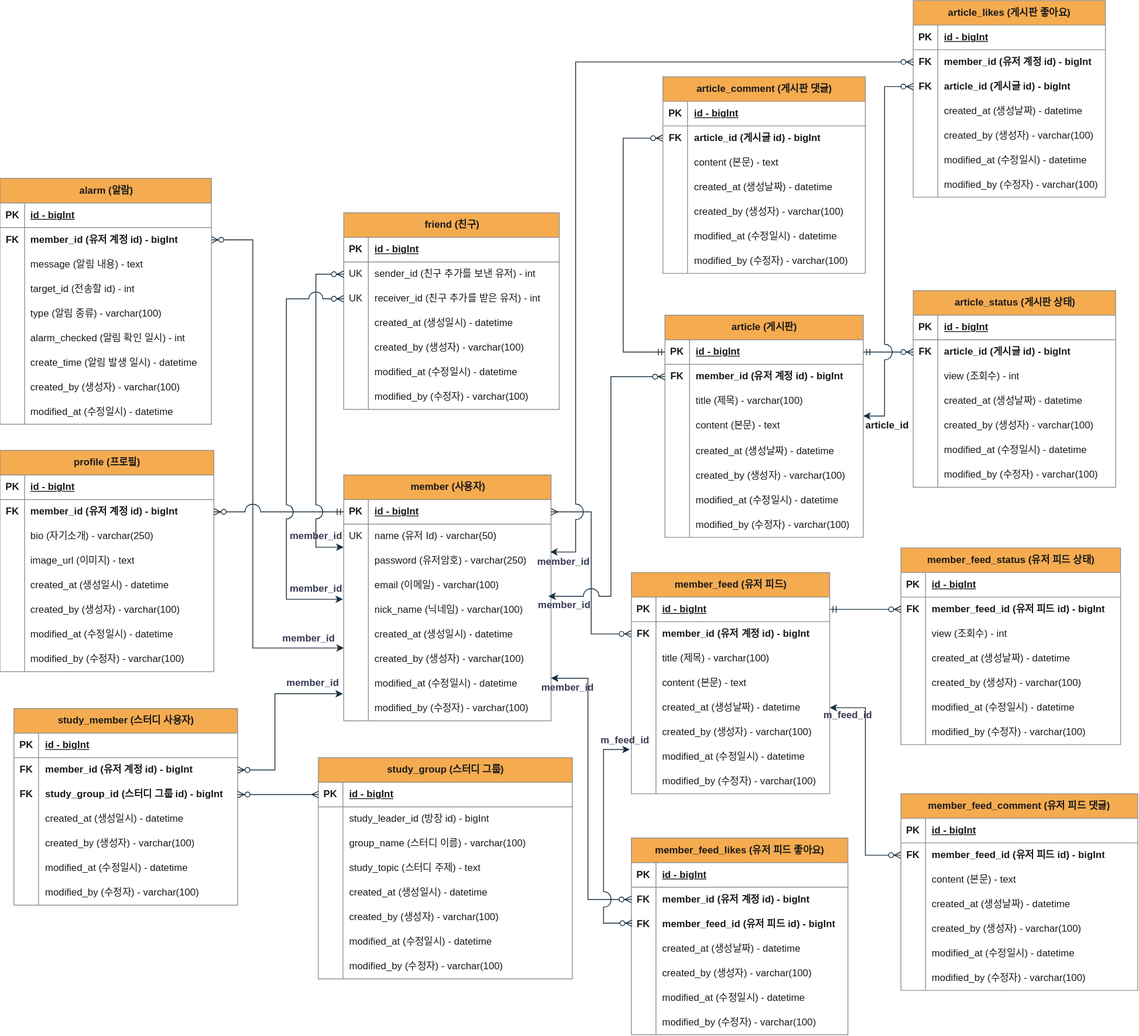
This is project-erd.svg from mingseok/frontend-backend-database-practice, a draw.io export, as it was before one commit. Source tidied: cells renumbered, new cells last; positions are measured from the earlier drawing's top-left corner, leaving out a move shared by most shapes.
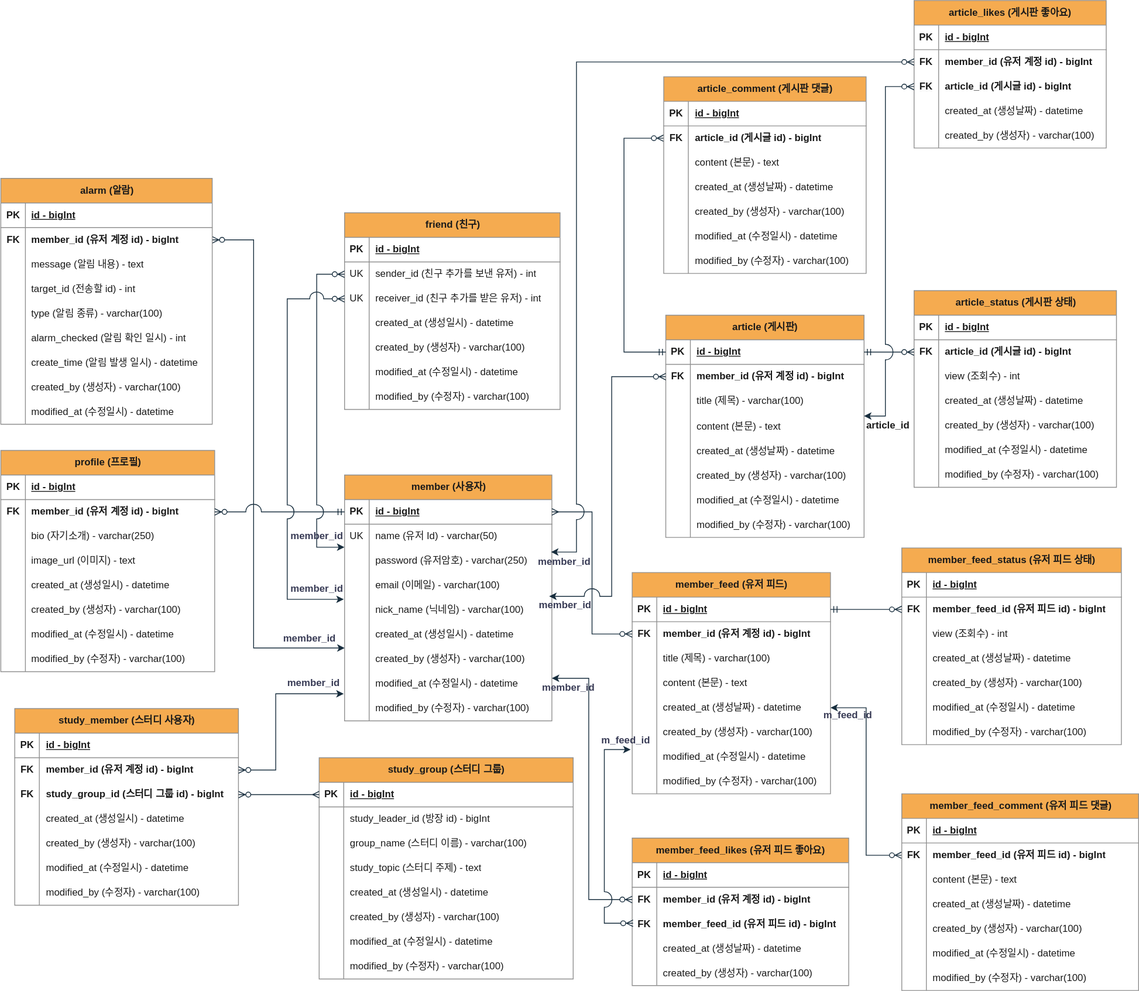
After the commit.

Commit message:
ERD 12.11 최신 업데이트

Change to the diagram source:
```diff
@@ -955,7 +955,7 @@
       <mxGeometry x="345" y="705" width="82" height="26" as="geometry" />
     </mxCell>
     <mxCell id="308" value="article_likes&amp;nbsp;(게시판 좋아요)" style="shape=table;startSize=30;rowLines=0;fontStyle=1;align=center;html=1;labelBackgroundColor=none;rounded=0;fillColor=#F5AB50;strokeColor=#909090;fontColor=#1A1A1A;" parent="1" vertex="1">
-      <mxGeometry x="1115" width="234.5" height="240" as="geometry" />
+      <mxGeometry x="1115" width="234.5" height="180" as="geometry" />
     </mxCell>
     <mxCell id="309" style="shape=tableRow;horizontal=0;startSize=0;swimlaneHead=0;swimlaneBody=0;fillColor=none;top=0;left=0;right=0;bottom=1;labelBackgroundColor=none;rounded=0;strokeColor=#909090;fontColor=#1A1A1A;" parent="308" vertex="1">
       <mxGeometry y="30" width="234.5" height="30" as="geometry" />
@@ -1002,24 +1002,6 @@
     <mxCell id="323" value="created_by (생성자) - varchar(100)" style="shape=partialRectangle;fillColor=none;top=0;left=0;bottom=0;right=0;align=left;spacingLeft=6;overflow=hidden;whiteSpace=wrap;html=1;labelBackgroundColor=none;rounded=0;strokeColor=#909090;fontColor=#1A1A1A;" parent="321" vertex="1">
       <mxGeometry x="30" width="204.5" height="30" as="geometry" />
     </mxCell>
-    <mxCell id="324" style="shape=tableRow;horizontal=0;startSize=0;swimlaneHead=0;swimlaneBody=0;fillColor=none;top=0;left=0;right=0;bottom=0;labelBackgroundColor=none;rounded=0;strokeColor=#909090;fontColor=#1A1A1A;" parent="308" vertex="1">
-      <mxGeometry y="180" width="234.5" height="30" as="geometry" />
-    </mxCell>
-    <mxCell id="325" style="shape=partialRectangle;fillColor=none;top=0;left=0;bottom=0;right=0;overflow=hidden;whiteSpace=wrap;html=1;labelBackgroundColor=none;rounded=0;strokeColor=#909090;fontColor=#1A1A1A;" parent="324" vertex="1">
-      <mxGeometry width="30" height="30" as="geometry" />
-    </mxCell>
-    <mxCell id="326" value="modified_at (수정일시) - datetime" style="shape=partialRectangle;fillColor=none;top=0;left=0;bottom=0;right=0;align=left;spacingLeft=6;overflow=hidden;whiteSpace=wrap;html=1;labelBackgroundColor=none;rounded=0;strokeColor=#909090;fontColor=#1A1A1A;" parent="324" vertex="1">
-      <mxGeometry x="30" width="204.5" height="30" as="geometry" />
-    </mxCell>
-    <mxCell id="327" style="shape=tableRow;horizontal=0;startSize=0;swimlaneHead=0;swimlaneBody=0;fillColor=none;top=0;left=0;right=0;bottom=0;labelBackgroundColor=none;rounded=0;strokeColor=#909090;fontColor=#1A1A1A;" parent="308" vertex="1">
-      <mxGeometry y="210" width="234.5" height="30" as="geometry" />
-    </mxCell>
-    <mxCell id="328" style="shape=partialRectangle;fillColor=none;top=0;left=0;bottom=0;right=0;overflow=hidden;whiteSpace=wrap;html=1;labelBackgroundColor=none;rounded=0;strokeColor=#909090;fontColor=#1A1A1A;" parent="327" vertex="1">
-      <mxGeometry width="30" height="30" as="geometry" />
-    </mxCell>
-    <mxCell id="329" value="modified_by (수정자) - varchar(100)" style="shape=partialRectangle;fillColor=none;top=0;left=0;bottom=0;right=0;align=left;spacingLeft=6;overflow=hidden;whiteSpace=wrap;html=1;labelBackgroundColor=none;rounded=0;strokeColor=#909090;fontColor=#1A1A1A;" parent="327" vertex="1">
-      <mxGeometry x="30" width="204.5" height="30" as="geometry" />
-    </mxCell>
     <mxCell id="330" style="edgeStyle=orthogonalEdgeStyle;fontSize=12;html=1;endArrow=ERzeroToMany;startArrow=classic;rounded=0;entryX=0;entryY=0.5;entryDx=0;entryDy=0;labelBackgroundColor=none;fontColor=default;jumpStyle=arc;jumpSize=19;startFill=1;exitX=0.996;exitY=0.133;exitDx=0;exitDy=0;exitPerimeter=0;strokeColor=#182E3E;" parent="1" edge="1" source="9" target="312">
       <mxGeometry relative="1" as="geometry">
         <Array as="points">
@@ -1044,7 +1026,7 @@
       <mxGeometry x="1047" y="505.6" width="71" height="26" as="geometry" />
     </mxCell>
     <mxCell id="334" value="&lt;b style=&quot;border-color: var(--border-color); text-align: left;&quot;&gt;member&lt;/b&gt;_feed_likes&amp;nbsp;(유저 피드 좋아요)" style="shape=table;startSize=30;rowLines=0;fontStyle=1;align=center;html=1;labelBackgroundColor=none;rounded=0;fillColor=#F5AB50;strokeColor=#909090;fontColor=#1A1A1A;" parent="1" vertex="1">
-      <mxGeometry x="771" y="1022" width="264.2" height="240" as="geometry" />
+      <mxGeometry x="771" y="1022" width="264.2" height="180" as="geometry" />
     </mxCell>
     <mxCell id="335" style="shape=tableRow;horizontal=0;startSize=0;swimlaneHead=0;swimlaneBody=0;fillColor=none;top=0;left=0;right=0;bottom=1;labelBackgroundColor=none;rounded=0;strokeColor=#909090;fontColor=#1A1A1A;" parent="334" vertex="1">
       <mxGeometry y="30" width="264.2" height="30" as="geometry" />
@@ -1091,24 +1073,6 @@
     <mxCell id="349" value="created_by (생성자) - varchar(100)" style="shape=partialRectangle;fillColor=none;top=0;left=0;bottom=0;right=0;align=left;spacingLeft=6;overflow=hidden;whiteSpace=wrap;html=1;labelBackgroundColor=none;rounded=0;strokeColor=#909090;fontColor=#1A1A1A;" parent="347" vertex="1">
       <mxGeometry x="30" width="234.2" height="30" as="geometry" />
     </mxCell>
-    <mxCell id="350" style="shape=tableRow;horizontal=0;startSize=0;swimlaneHead=0;swimlaneBody=0;fillColor=none;top=0;left=0;right=0;bottom=0;labelBackgroundColor=none;rounded=0;strokeColor=#909090;fontColor=#1A1A1A;" parent="334" vertex="1">
-      <mxGeometry y="180" width="264.2" height="30" as="geometry" />
-    </mxCell>
-    <mxCell id="351" style="shape=partialRectangle;fillColor=none;top=0;left=0;bottom=0;right=0;overflow=hidden;whiteSpace=wrap;html=1;labelBackgroundColor=none;rounded=0;strokeColor=#909090;fontColor=#1A1A1A;" parent="350" vertex="1">
-      <mxGeometry width="30" height="30" as="geometry" />
-    </mxCell>
-    <mxCell id="352" value="modified_at (수정일시) - datetime" style="shape=partialRectangle;fillColor=none;top=0;left=0;bottom=0;right=0;align=left;spacingLeft=6;overflow=hidden;whiteSpace=wrap;html=1;labelBackgroundColor=none;rounded=0;strokeColor=#909090;fontColor=#1A1A1A;" parent="350" vertex="1">
-      <mxGeometry x="30" width="234.2" height="30" as="geometry" />
-    </mxCell>
-    <mxCell id="353" style="shape=tableRow;horizontal=0;startSize=0;swimlaneHead=0;swimlaneBody=0;fillColor=none;top=0;left=0;right=0;bottom=0;labelBackgroundColor=none;rounded=0;strokeColor=#909090;fontColor=#1A1A1A;" parent="334" vertex="1">
-      <mxGeometry y="210" width="264.2" height="30" as="geometry" />
-    </mxCell>
-    <mxCell id="354" style="shape=partialRectangle;fillColor=none;top=0;left=0;bottom=0;right=0;overflow=hidden;whiteSpace=wrap;html=1;labelBackgroundColor=none;rounded=0;strokeColor=#909090;fontColor=#1A1A1A;" parent="353" vertex="1">
-      <mxGeometry width="30" height="30" as="geometry" />
-    </mxCell>
-    <mxCell id="355" value="modified_by (수정자) - varchar(100)" style="shape=partialRectangle;fillColor=none;top=0;left=0;bottom=0;right=0;align=left;spacingLeft=6;overflow=hidden;whiteSpace=wrap;html=1;labelBackgroundColor=none;rounded=0;strokeColor=#909090;fontColor=#1A1A1A;" parent="353" vertex="1">
-      <mxGeometry x="30" width="234.2" height="30" as="geometry" />
-    </mxCell>
     <mxCell id="356" style="edgeStyle=orthogonalEdgeStyle;fontSize=12;html=1;endArrow=ERzeroToMany;startArrow=classic;rounded=0;entryX=0;entryY=0.5;entryDx=0;entryDy=0;labelBackgroundColor=none;fontColor=default;jumpStyle=arc;jumpSize=19;startFill=1;exitX=1;exitY=0.5;exitDx=0;exitDy=0;strokeColor=#182E3E;" parent="1" edge="1" target="338">
       <mxGeometry relative="1" as="geometry">
         <mxPoint x="673" y="827" as="sourcePoint" />
```
